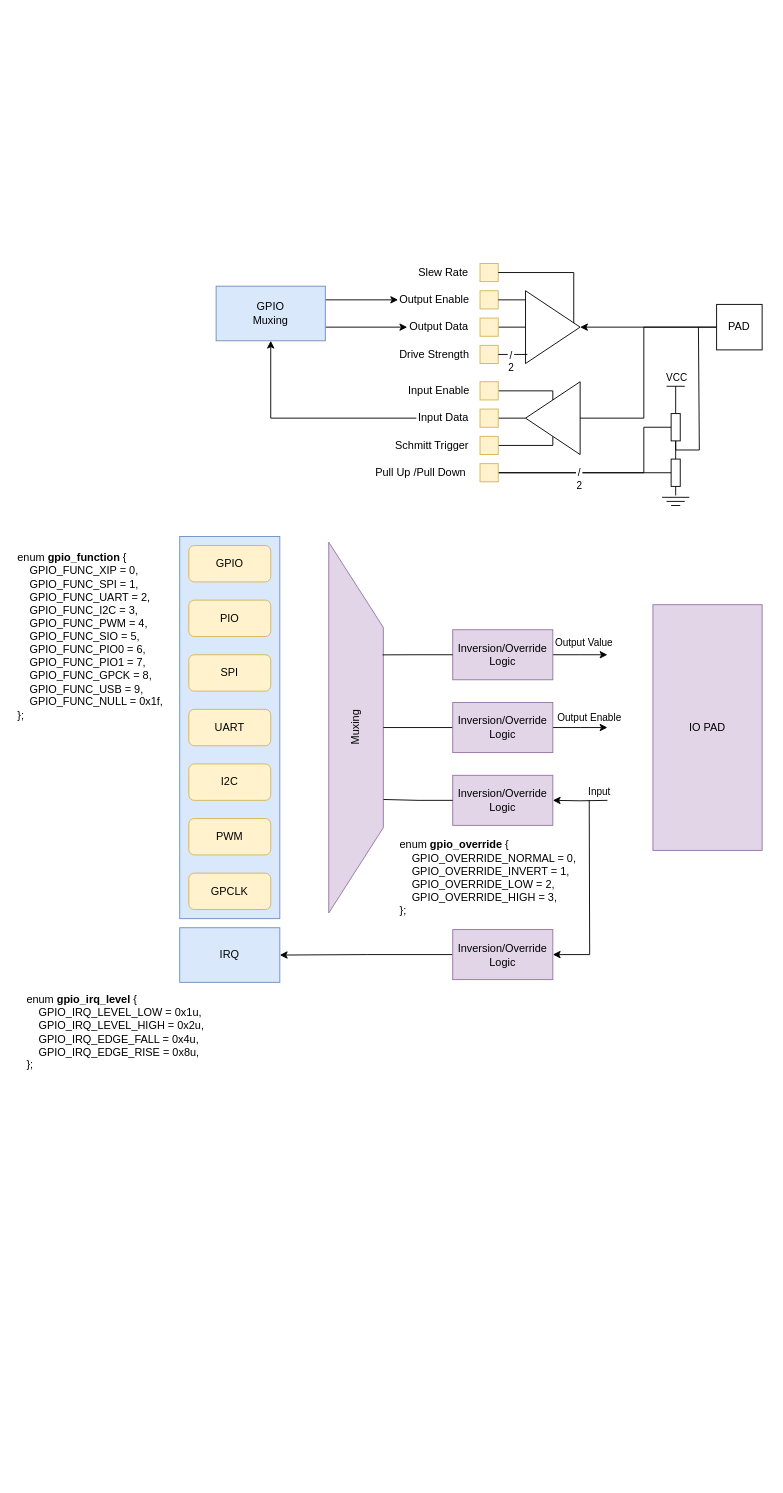
Before: rp2040.drawio in f23505106/drawio, a draw.io diagram. Source tidied: cells renumbered, new cells numbered last; positions are measured from the earlier drawing's top-left corner, leaving out a move shared by most shapes. Both pictures are drawn from the tidied source at 91%, with x=0, y=0 at pixel (15, 263).
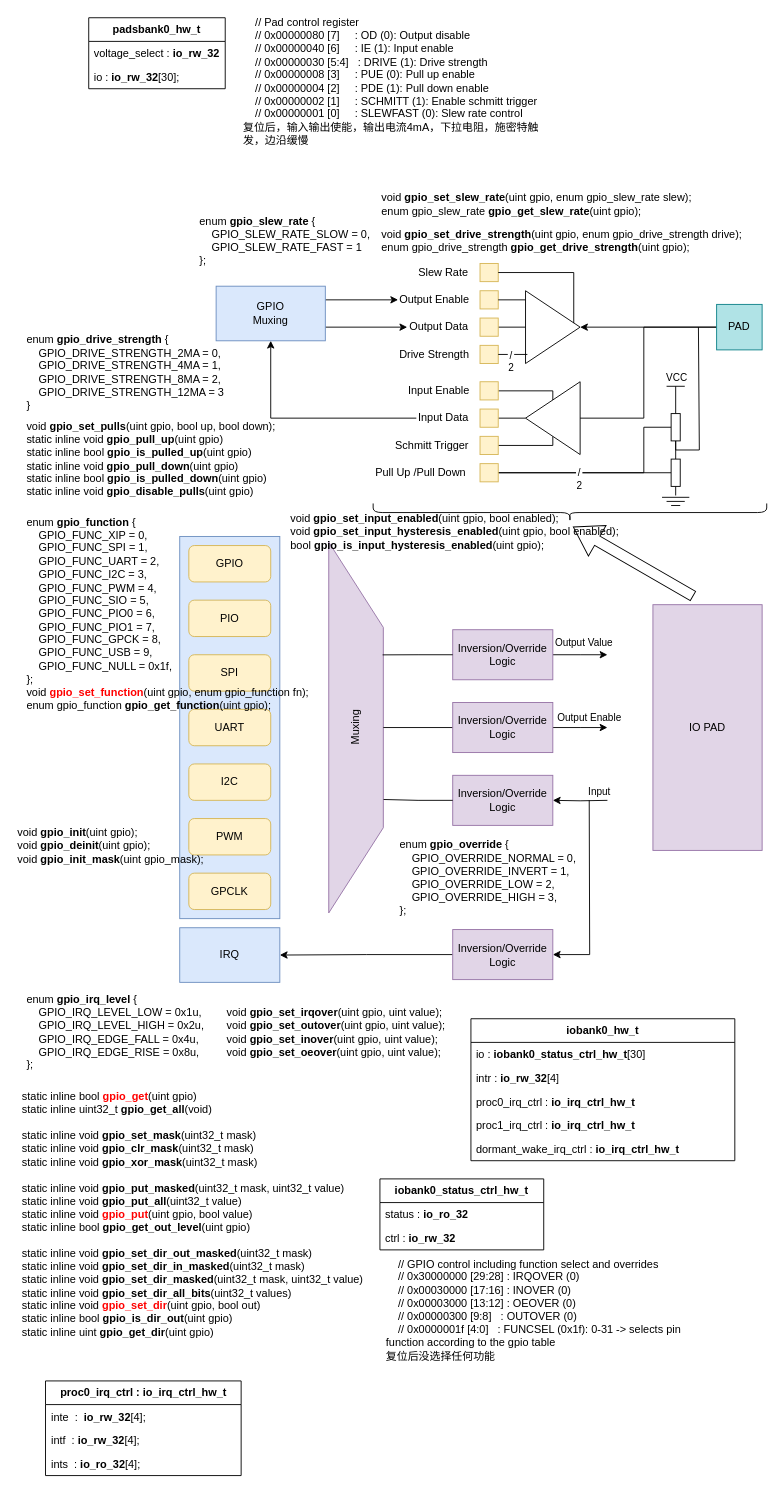
The same diagram, later.

The edit, as a diff of the source:
```diff
@@
-    <mxCell id="28" value="&lt;div&gt;enum &lt;b&gt;gpio_function&lt;/b&gt; {&lt;/div&gt;&lt;div&gt;&amp;nbsp; &amp;nbsp; GPIO_FUNC_XIP = 0,&lt;/div&gt;&lt;div&gt;&amp;nbsp; &amp;nbsp; GPIO_FUNC_SPI = 1,&lt;/div&gt;&lt;div&gt;&amp;nbsp; &amp;nbsp; GPIO_FUNC_UART = 2,&lt;/div&gt;&lt;div&gt;&amp;nbsp; &amp;nbsp; GPIO_FUNC_I2C = 3,&lt;/div&gt;&lt;div&gt;&amp;nbsp; &amp;nbsp; GPIO_FUNC_PWM = 4,&lt;/div&gt;&lt;div&gt;&amp;nbsp; &amp;nbsp; GPIO_FUNC_SIO = 5,&lt;/div&gt;&lt;div&gt;&amp;nbsp; &amp;nbsp; GPIO_FUNC_PIO0 = 6,&lt;/div&gt;&lt;div&gt;&amp;nbsp; &amp;nbsp; GPIO_FUNC_PIO1 = 7,&lt;/div&gt;&lt;div&gt;&amp;nbsp; &amp;nbsp; GPIO_FUNC_GPCK = 8,&lt;/div&gt;&lt;div&gt;&amp;nbsp; &amp;nbsp; GPIO_FUNC_USB = 9,&lt;/div&gt;&lt;div&gt;&amp;nbsp; &amp;nbsp; GPIO_FUNC_NULL = 0x1f,&lt;/div&gt;&lt;div&gt;};&lt;/div&gt;" style="text;html=1;strokeColor=none;fillColor=none;align=left;verticalAlign=middle;whiteSpace=wrap;rounded=0;" parent="1" vertex="1">
-      <mxGeometry y="300" width="170" height="220" as="geometry" />
+    <mxCell id="28" value="&lt;div&gt;enum &lt;b&gt;gpio_function&lt;/b&gt; {&lt;/div&gt;&lt;div&gt;&amp;nbsp; &amp;nbsp; GPIO_FUNC_XIP = 0,&lt;/div&gt;&lt;div&gt;&amp;nbsp; &amp;nbsp; GPIO_FUNC_SPI = 1,&lt;/div&gt;&lt;div&gt;&amp;nbsp; &amp;nbsp; GPIO_FUNC_UART = 2,&lt;/div&gt;&lt;div&gt;&amp;nbsp; &amp;nbsp; GPIO_FUNC_I2C = 3,&lt;/div&gt;&lt;div&gt;&amp;nbsp; &amp;nbsp; GPIO_FUNC_PWM = 4,&lt;/div&gt;&lt;div&gt;&amp;nbsp; &amp;nbsp; GPIO_FUNC_SIO = 5,&lt;/div&gt;&lt;div&gt;&amp;nbsp; &amp;nbsp; GPIO_FUNC_PIO0 = 6,&lt;/div&gt;&lt;div&gt;&amp;nbsp; &amp;nbsp; GPIO_FUNC_PIO1 = 7,&lt;/div&gt;&lt;div&gt;&amp;nbsp; &amp;nbsp; GPIO_FUNC_GPCK = 8,&lt;/div&gt;&lt;div&gt;&amp;nbsp; &amp;nbsp; GPIO_FUNC_USB = 9,&lt;/div&gt;&lt;div&gt;&amp;nbsp; &amp;nbsp; GPIO_FUNC_NULL = 0x1f,&lt;/div&gt;&lt;div&gt;};&lt;/div&gt;&lt;div&gt;void &lt;b&gt;&lt;font color=&quot;#ff0000&quot;&gt;gpio_set_function&lt;/font&gt;&lt;/b&gt;(uint gpio, enum gpio_function fn);&lt;br&gt;&lt;/div&gt;&lt;div&gt;enum gpio_function &lt;b&gt;gpio_get_function&lt;/b&gt;(uint gpio);&lt;br&gt;&lt;/div&gt;" style="text;html=1;strokeColor=none;fillColor=none;align=left;verticalAlign=middle;whiteSpace=wrap;rounded=0;" parent="1" vertex="1">
+      <mxGeometry x="10" y="275" width="330" height="220" as="geometry" />
     </mxCell>
@@
-    <mxCell id="54" value="PAD" style="rounded=0;whiteSpace=wrap;html=1;" parent="1" vertex="1">
+    <mxCell id="54" value="PAD" style="rounded=0;whiteSpace=wrap;html=1;fillColor=#b0e3e6;strokeColor=#0e8088;" parent="1" vertex="1">
       <mxGeometry x="770" y="45" width="50" height="50" as="geometry" />
     </mxCell>
@@
+    <mxCell id="79" style="shape=curlyBracket;whiteSpace=wrap;html=1;rounded=1;labelPosition=left;verticalLabelPosition=middle;align=right;verticalAlign=middle;rotation=-90;" parent="1" vertex="1">
+      <mxGeometry x="598.8" y="57.5" width="20" height="432.5" as="geometry" />
+    </mxCell>
+    <mxCell id="80" style="shape=singleArrow;direction=north;whiteSpace=wrap;html=1;rotation=-60;" parent="1" vertex="1">
+      <mxGeometry x="658.9" y="251.6" width="38.7" height="151.8" as="geometry" />
+    </mxCell>
+    <mxCell id="81" value="&lt;div&gt;enum &lt;b&gt;gpio_drive_strength&lt;/b&gt; {&lt;/div&gt;&lt;div&gt;&amp;nbsp; &amp;nbsp; GPIO_DRIVE_STRENGTH_2MA = 0,&lt;/div&gt;&lt;div&gt;&amp;nbsp; &amp;nbsp; GPIO_DRIVE_STRENGTH_4MA = 1,&amp;nbsp;&lt;/div&gt;&lt;div&gt;&amp;nbsp; &amp;nbsp; GPIO_DRIVE_STRENGTH_8MA = 2,&lt;/div&gt;&lt;div&gt;&amp;nbsp; &amp;nbsp; GPIO_DRIVE_STRENGTH_12MA = 3&amp;nbsp;&lt;/div&gt;&lt;div&gt;}&lt;/div&gt;" style="text;html=1;strokeColor=none;fillColor=none;align=left;verticalAlign=middle;whiteSpace=wrap;rounded=0;" parent="1" vertex="1">
+      <mxGeometry x="10" y="75" width="230" height="90" as="geometry" />
+    </mxCell>
+    <mxCell id="82" value="&lt;div&gt;enum &lt;b&gt;gpio_slew_rate&lt;/b&gt; {&lt;/div&gt;&lt;div&gt;&amp;nbsp; &amp;nbsp; GPIO_SLEW_RATE_SLOW = 0,&lt;/div&gt;&lt;div&gt;&amp;nbsp; &amp;nbsp; GPIO_SLEW_RATE_FAST = 1&lt;/div&gt;&lt;div&gt;};&lt;/div&gt;" style="text;html=1;strokeColor=none;fillColor=none;align=left;verticalAlign=middle;whiteSpace=wrap;rounded=0;" parent="1" vertex="1">
+      <mxGeometry x="200" y="-40" width="200" height="30" as="geometry" />
+    </mxCell>
+    <mxCell id="83" value="void &lt;b&gt;gpio_set_pulls&lt;/b&gt;(uint gpio, bool up, bool down);&lt;br&gt;static inline void &lt;b&gt;gpio_pull_up&lt;/b&gt;(uint gpio)&lt;br&gt;static inline bool &lt;b&gt;gpio_is_pulled_up&lt;/b&gt;(uint gpio)&lt;br&gt;static inline void &lt;b&gt;gpio_pull_down&lt;/b&gt;(uint gpio)&lt;br&gt;static inline bool &lt;b&gt;gpio_is_pulled_down&lt;/b&gt;(uint gpio)&lt;br&gt;static inline void &lt;b&gt;gpio_disable_pulls&lt;/b&gt;(uint gpio)" style="text;html=1;strokeColor=none;fillColor=none;align=left;verticalAlign=middle;whiteSpace=wrap;rounded=0;" parent="1" vertex="1">
+      <mxGeometry x="10" y="180" width="280" height="70" as="geometry" />
+    </mxCell>
+    <mxCell id="84" value="&lt;div&gt;void &lt;b&gt;gpio_set_irqover&lt;/b&gt;(uint gpio, uint value);&lt;/div&gt;&lt;div&gt;void &lt;b&gt;gpio_set_outover&lt;/b&gt;(uint gpio, uint value);&lt;/div&gt;&lt;div&gt;void &lt;b&gt;gpio_set_inover&lt;/b&gt;(uint gpio, uint value);&lt;/div&gt;&lt;div&gt;void &lt;b&gt;gpio_set_oeover&lt;/b&gt;(uint gpio, uint value);&lt;/div&gt;" style="text;html=1;strokeColor=none;fillColor=none;align=left;verticalAlign=middle;whiteSpace=wrap;rounded=0;" parent="1" vertex="1">
+      <mxGeometry x="230" y="810" width="250" height="70" as="geometry" />
+    </mxCell>
+    <mxCell id="85" value="&lt;div&gt;void &lt;b&gt;gpio_set_input_enabled&lt;/b&gt;(uint gpio, bool enabled);&lt;/div&gt;&lt;div&gt;void &lt;b&gt;gpio_set_input_hysteresis_enabled&lt;/b&gt;(uint gpio, bool enabled);&lt;/div&gt;&lt;div style=&quot;&quot;&gt;bool &lt;b&gt;gpio_is_input_hysteresis_enabled&lt;/b&gt;(uint gpio);&lt;/div&gt;" style="text;html=1;strokeColor=none;fillColor=none;align=left;verticalAlign=middle;whiteSpace=wrap;rounded=0;" parent="1" vertex="1">
+      <mxGeometry x="300" y="280" width="380" height="30" as="geometry" />
+    </mxCell>
+    <mxCell id="86" value="&lt;div&gt;void &lt;b&gt;gpio_set_slew_rate&lt;/b&gt;(uint gpio, enum gpio_slew_rate slew);&lt;/div&gt;&lt;div&gt;enum gpio_slew_rate &lt;b&gt;gpio_get_slew_rate&lt;/b&gt;(uint gpio);&lt;/div&gt;" style="text;html=1;strokeColor=none;fillColor=none;align=left;verticalAlign=middle;whiteSpace=wrap;rounded=0;" parent="1" vertex="1">
+      <mxGeometry x="400" y="-80" width="380" height="30" as="geometry" />
+    </mxCell>
+    <mxCell id="87" value="&lt;div&gt;void &lt;b&gt;gpio_set_drive_strength&lt;/b&gt;(uint gpio, enum gpio_drive_strength drive);&lt;/div&gt;&lt;div&gt;enum gpio_drive_strength &lt;b&gt;gpio_get_drive_strength&lt;/b&gt;(uint gpio);&lt;/div&gt;" style="text;html=1;strokeColor=none;fillColor=none;align=left;verticalAlign=middle;whiteSpace=wrap;rounded=0;" parent="1" vertex="1">
+      <mxGeometry x="400" y="-40" width="400" height="30" as="geometry" />
+    </mxCell>
+    <mxCell id="88" value="&lt;div&gt;void &lt;b&gt;gpio_init&lt;/b&gt;(uint gpio);&lt;/div&gt;&lt;div&gt;void &lt;b&gt;gpio_deinit&lt;/b&gt;(uint gpio);&lt;/div&gt;&lt;div&gt;void &lt;b&gt;gpio_init_mask&lt;/b&gt;(uint gpio_mask);&lt;/div&gt;" style="text;html=1;strokeColor=none;fillColor=none;align=left;verticalAlign=middle;whiteSpace=wrap;rounded=0;" parent="1" vertex="1">
+      <mxGeometry y="610" width="210" height="60" as="geometry" />
+    </mxCell>
+    <mxCell id="89" value="&lt;div&gt;static inline bool &lt;b&gt;&lt;font color=&quot;#ff0000&quot;&gt;gpio_get&lt;/font&gt;&lt;/b&gt;(uint gpio)&amp;nbsp;&lt;/div&gt;&lt;div&gt;static inline uint32_t &lt;b&gt;gpio_get_all&lt;/b&gt;(void)&amp;nbsp;&lt;/div&gt;&lt;div&gt;&lt;br&gt;&lt;/div&gt;&lt;div&gt;static inline void &lt;b&gt;gpio_set_mask&lt;/b&gt;(uint32_t mask)&amp;nbsp;&lt;/div&gt;&lt;div&gt;static inline void &lt;b&gt;gpio_clr_mask&lt;/b&gt;(uint32_t mask)&amp;nbsp;&lt;/div&gt;&lt;div&gt;static inline void &lt;b&gt;gpio_xor_mask&lt;/b&gt;(uint32_t mask)&amp;nbsp;&lt;/div&gt;&lt;div&gt;&lt;br&gt;&lt;/div&gt;&lt;div&gt;static inline void &lt;b&gt;gpio_put_masked&lt;/b&gt;(uint32_t mask, uint32_t value)&amp;nbsp;&lt;/div&gt;&lt;div&gt;static inline void &lt;b&gt;gpio_put_all&lt;/b&gt;(uint32_t value)&lt;/div&gt;&lt;div&gt;static inline void &lt;b&gt;&lt;font color=&quot;#ff0000&quot;&gt;gpio_put&lt;/font&gt;&lt;/b&gt;(uint gpio, bool value)&amp;nbsp;&lt;/div&gt;&lt;div&gt;static inline bool &lt;b&gt;gpio_get_out_level&lt;/b&gt;(uint gpio)&amp;nbsp;&lt;/div&gt;&lt;div&gt;&lt;br&gt;&lt;/div&gt;&lt;div&gt;static inline void &lt;b&gt;gpio_set_dir_out_masked&lt;/b&gt;(uint32_t mask)&amp;nbsp;&lt;/div&gt;&lt;div&gt;static inline void &lt;b&gt;gpio_set_dir_in_masked&lt;/b&gt;(uint32_t mask)&amp;nbsp;&lt;/div&gt;&lt;div&gt;static inline void &lt;b&gt;gpio_set_dir_masked&lt;/b&gt;(uint32_t mask, uint32_t value)&amp;nbsp;&lt;/div&gt;&lt;div&gt;static inline void &lt;b&gt;gpio_set_dir_all_bits&lt;/b&gt;(uint32_t values)&lt;/div&gt;&lt;div&gt;static inline void &lt;b&gt;&lt;font color=&quot;#ff0000&quot;&gt;gpio_set_dir&lt;/font&gt;&lt;/b&gt;(uint gpio, bool out)&amp;nbsp;&lt;/div&gt;&lt;div&gt;static inline bool &lt;b&gt;gpio_is_dir_out&lt;/b&gt;(uint gpio)&amp;nbsp;&lt;/div&gt;&lt;div&gt;static inline uint &lt;b&gt;gpio_get_dir&lt;/b&gt;(uint gpio)&amp;nbsp;&lt;/div&gt;" style="text;html=1;strokeColor=none;fillColor=none;align=left;verticalAlign=middle;whiteSpace=wrap;rounded=0;" parent="1" vertex="1">
+      <mxGeometry x="5" y="900" width="395" height="290" as="geometry" />
+    </mxCell>
+    <mxCell id="90" value="&lt;b&gt;iobank0_hw_t&lt;/b&gt;" style="swimlane;fontStyle=0;horizontal=1;startSize=26;fillColor=none;whiteSpace=wrap;html=1;" parent="1" vertex="1">
+      <mxGeometry x="500" y="830" width="290" height="156" as="geometry" />
+    </mxCell>
+    <mxCell id="91" value="io : &lt;b&gt;iobank0_status_ctrl_hw_t&lt;/b&gt;[30]" style="text;strokeColor=none;fillColor=none;align=left;verticalAlign=top;spacingLeft=4;spacingRight=4;overflow=hidden;whiteSpace=wrap;html=1;" parent="90" vertex="1">
+      <mxGeometry y="26" width="290" height="26" as="geometry" />
+    </mxCell>
+    <mxCell id="92" value="intr : &lt;b&gt;io_rw_32&lt;/b&gt;[4]" style="text;strokeColor=none;fillColor=none;align=left;verticalAlign=top;spacingLeft=4;spacingRight=4;overflow=hidden;whiteSpace=wrap;html=1;" parent="90" vertex="1">
+      <mxGeometry y="52" width="290" height="26" as="geometry" />
+    </mxCell>
+    <mxCell id="93" value="proc0_irq_ctrl :&amp;nbsp;&lt;b&gt;io_irq_ctrl_hw_t&lt;/b&gt;" style="text;strokeColor=none;fillColor=none;align=left;verticalAlign=top;spacingLeft=4;spacingRight=4;overflow=hidden;whiteSpace=wrap;html=1;" parent="90" vertex="1">
+      <mxGeometry y="78" width="290" height="26" as="geometry" />
+    </mxCell>
+    <mxCell id="94" value="proc1_irq_ctrl :&amp;nbsp;&lt;b&gt;io_irq_ctrl_hw_t&lt;/b&gt;" style="text;strokeColor=none;fillColor=none;align=left;verticalAlign=top;spacingLeft=4;spacingRight=4;overflow=hidden;whiteSpace=wrap;html=1;" parent="90" vertex="1">
+      <mxGeometry y="104" width="290" height="26" as="geometry" />
+    </mxCell>
+    <mxCell id="95" value="dormant_wake_irq_ctrl :&amp;nbsp;&lt;b&gt;io_irq_ctrl_hw_t&lt;/b&gt;" style="text;strokeColor=none;fillColor=none;align=left;verticalAlign=top;spacingLeft=4;spacingRight=4;overflow=hidden;whiteSpace=wrap;html=1;" parent="90" vertex="1">
+      <mxGeometry y="130" width="290" height="26" as="geometry" />
+    </mxCell>
+    <mxCell id="96" value="&lt;b&gt;iobank0_status_ctrl_hw_t&lt;/b&gt;" style="swimlane;fontStyle=0;horizontal=1;startSize=26;fillColor=none;whiteSpace=wrap;html=1;" parent="1" vertex="1">
+      <mxGeometry x="400" y="1006" width="180" height="78" as="geometry" />
+    </mxCell>
+    <mxCell id="97" value="status :&amp;nbsp;&lt;b&gt;io_ro_32&lt;/b&gt;" style="text;strokeColor=none;fillColor=none;align=left;verticalAlign=top;spacingLeft=4;spacingRight=4;overflow=hidden;whiteSpace=wrap;html=1;" parent="96" vertex="1">
+      <mxGeometry y="26" width="180" height="26" as="geometry" />
+    </mxCell>
+    <mxCell id="98" value="ctrl :&amp;nbsp;&lt;b&gt;io_rw_32&lt;/b&gt;" style="text;strokeColor=none;fillColor=none;align=left;verticalAlign=top;spacingLeft=4;spacingRight=4;overflow=hidden;whiteSpace=wrap;html=1;" parent="96" vertex="1">
+      <mxGeometry y="52" width="180" height="26" as="geometry" />
+    </mxCell>
+    <mxCell id="99" value="&lt;b&gt;proc0_irq_ctrl : io_irq_ctrl_hw_t&lt;/b&gt;" style="swimlane;fontStyle=0;horizontal=1;startSize=26;fillColor=none;whiteSpace=wrap;html=1;" parent="1" vertex="1">
+      <mxGeometry x="32.5" y="1228" width="215" height="104" as="geometry" />
+    </mxCell>
+    <mxCell id="100" value="inte&amp;nbsp; :&amp;nbsp; &lt;b&gt;io_rw_32&lt;/b&gt;[4];" style="text;strokeColor=none;fillColor=none;align=left;verticalAlign=top;spacingLeft=4;spacingRight=4;overflow=hidden;whiteSpace=wrap;html=1;" parent="99" vertex="1">
+      <mxGeometry y="26" width="215" height="26" as="geometry" />
+    </mxCell>
+    <mxCell id="101" value="intf&amp;nbsp; : &lt;b&gt;io_rw_32&lt;/b&gt;[4];" style="text;strokeColor=none;fillColor=none;align=left;verticalAlign=top;spacingLeft=4;spacingRight=4;overflow=hidden;whiteSpace=wrap;html=1;" parent="99" vertex="1">
+      <mxGeometry y="52" width="215" height="26" as="geometry" />
+    </mxCell>
+    <mxCell id="102" value="ints&amp;nbsp; : &lt;b&gt;io_ro_32&lt;/b&gt;[4];" style="text;strokeColor=none;fillColor=none;align=left;verticalAlign=top;spacingLeft=4;spacingRight=4;overflow=hidden;whiteSpace=wrap;html=1;" parent="99" vertex="1">
+      <mxGeometry y="78" width="215" height="26" as="geometry" />
+    </mxCell>
+    <mxCell id="103" value="&lt;div&gt;&amp;nbsp; &amp;nbsp; // GPIO control including function select and overrides&lt;/div&gt;&lt;div&gt;&amp;nbsp; &amp;nbsp; // 0x30000000 [29:28] : IRQOVER (0)&lt;/div&gt;&lt;div&gt;&amp;nbsp; &amp;nbsp; // 0x00030000 [17:16] : INOVER (0)&lt;/div&gt;&lt;div&gt;&amp;nbsp; &amp;nbsp; // 0x00003000 [13:12] : OEOVER (0)&lt;/div&gt;&lt;div&gt;&amp;nbsp; &amp;nbsp; // 0x00000300 [9:8]&amp;nbsp; &amp;nbsp;: OUTOVER (0)&lt;/div&gt;&lt;div&gt;&amp;nbsp; &amp;nbsp; // 0x0000001f [4:0]&amp;nbsp; &amp;nbsp;: FUNCSEL (0x1f): 0-31 -&amp;gt; selects pin function according to the gpio table&lt;/div&gt;&lt;div&gt;复位后没选择任何功能&lt;/div&gt;" style="text;html=1;strokeColor=none;fillColor=none;align=left;verticalAlign=middle;whiteSpace=wrap;rounded=0;" parent="1" vertex="1">
+      <mxGeometry x="405" y="1100" width="370" height="100" as="geometry" />
+    </mxCell>
+    <mxCell id="104" value="&lt;b&gt;padsbank0_hw_t&lt;/b&gt;" style="swimlane;fontStyle=0;horizontal=1;startSize=26;fillColor=none;whiteSpace=wrap;html=1;" parent="1" vertex="1">
+      <mxGeometry x="80" y="-270" width="150" height="78" as="geometry" />
+    </mxCell>
+    <mxCell id="105" value="voltage_select :&amp;nbsp;&lt;b style=&quot;border-color: var(--border-color);&quot;&gt;io_rw_32&lt;/b&gt;" style="text;strokeColor=none;fillColor=none;align=left;verticalAlign=top;spacingLeft=4;spacingRight=4;overflow=hidden;whiteSpace=wrap;html=1;" parent="104" vertex="1">
+      <mxGeometry y="26" width="150" height="26" as="geometry" />
+    </mxCell>
+    <mxCell id="106" value="io : &lt;b&gt;io_rw_32&lt;/b&gt;[30];" style="text;strokeColor=none;fillColor=none;align=left;verticalAlign=top;spacingLeft=4;spacingRight=4;overflow=hidden;whiteSpace=wrap;html=1;" parent="104" vertex="1">
+      <mxGeometry y="52" width="150" height="26" as="geometry" />
+    </mxCell>
+    <mxCell id="107" value="&lt;div&gt;&amp;nbsp; &amp;nbsp; // Pad control register&lt;/div&gt;&lt;div&gt;&amp;nbsp; &amp;nbsp; // 0x00000080 [7]&amp;nbsp; &amp;nbsp; &amp;nbsp;: OD (0): Output disable&lt;/div&gt;&lt;div&gt;&amp;nbsp; &amp;nbsp; // 0x00000040 [6]&amp;nbsp; &amp;nbsp; &amp;nbsp;: IE (1): Input enable&lt;/div&gt;&lt;div&gt;&amp;nbsp; &amp;nbsp; // 0x00000030 [5:4]&amp;nbsp; &amp;nbsp;: DRIVE (1): Drive strength&lt;/div&gt;&lt;div&gt;&amp;nbsp; &amp;nbsp; // 0x00000008 [3]&amp;nbsp; &amp;nbsp; &amp;nbsp;: PUE (0): Pull up enable&lt;/div&gt;&lt;div&gt;&amp;nbsp; &amp;nbsp; // 0x00000004 [2]&amp;nbsp; &amp;nbsp; &amp;nbsp;: PDE (1): Pull down enable&lt;/div&gt;&lt;div&gt;&amp;nbsp; &amp;nbsp; // 0x00000002 [1]&amp;nbsp; &amp;nbsp; &amp;nbsp;: SCHMITT (1): Enable schmitt trigger&lt;/div&gt;&lt;div&gt;&amp;nbsp; &amp;nbsp; // 0x00000001 [0]&amp;nbsp; &amp;nbsp; &amp;nbsp;: SLEWFAST (0): Slew rate control&lt;/div&gt;&lt;div&gt;复位后，输入输出使能，输出电流4mA，下拉电阻，施密特触发，边沿缓慢&lt;/div&gt;" style="text;html=1;strokeColor=none;fillColor=none;align=left;verticalAlign=middle;whiteSpace=wrap;rounded=0;" parent="1" vertex="1">
+      <mxGeometry x="247.5" y="-260" width="330" height="120" as="geometry" />
+    </mxCell>
```
